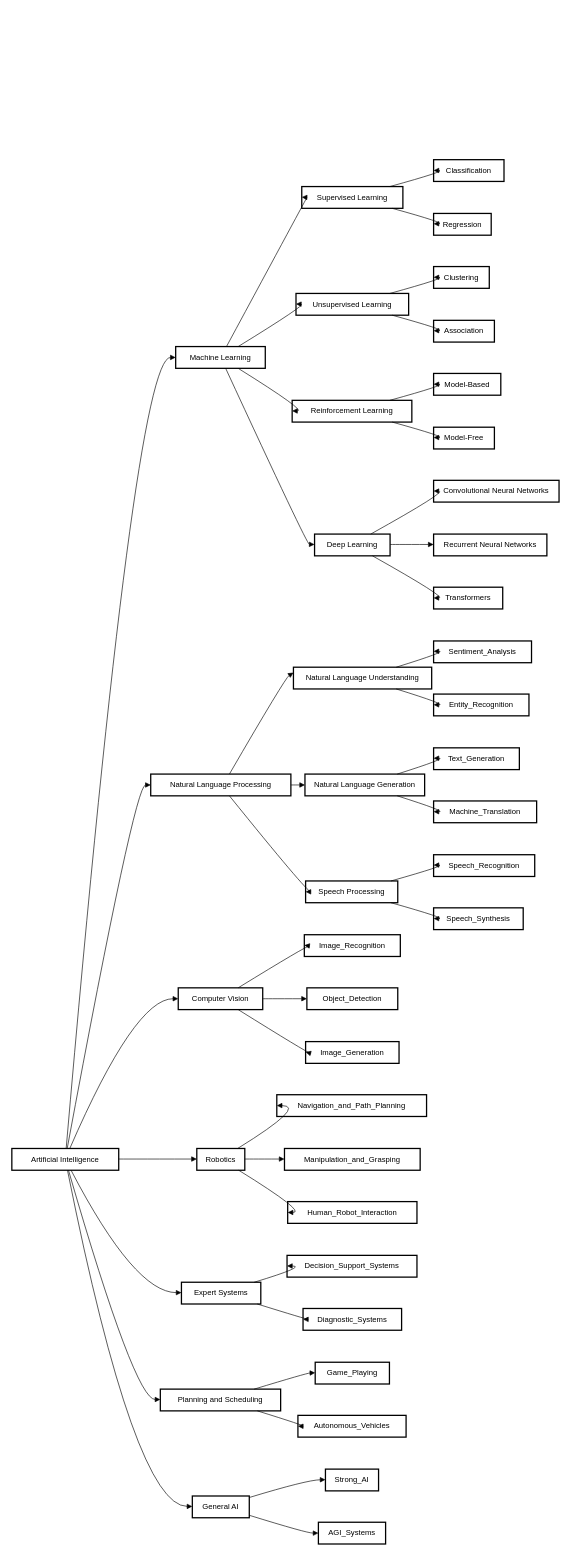
Above: Types of AI.drawio in thescottking/Draw.io-Sketches (draw.io), before the change. Source tidied: cells renumbered, new cells numbered last; positions are measured from the earlier drawing's top-left corner, leaving out a move shared by most shapes. Both pictures are drawn from the tidied source at 64%, with x=0, y=0 at pixel (12, 159).
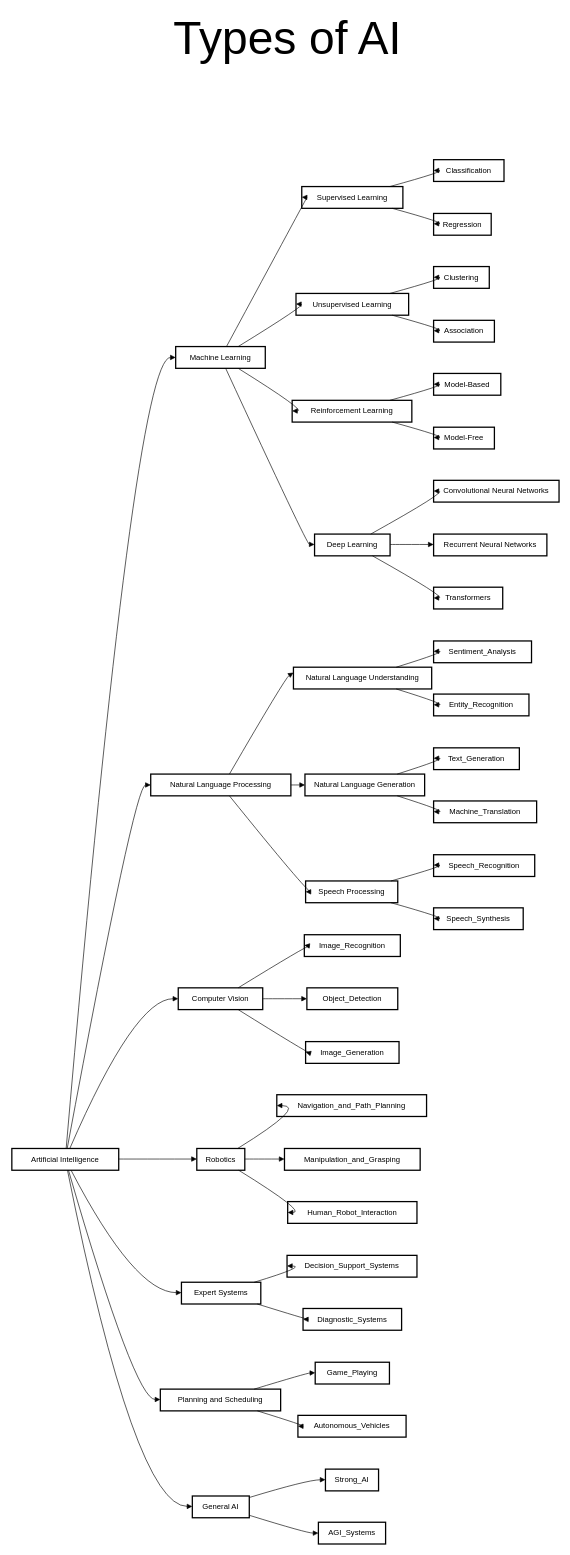
The same page after the edit.

The edit, as a diff of the source:
```diff
@@
+    <mxCell id="85" value="Types of AI" style="text;html=1;align=center;verticalAlign=middle;whiteSpace=wrap;rounded=0;fontFamily=Helvetica;fontSize=72;" parent="1" vertex="1">
+      <mxGeometry x="178" y="-204" width="506" height="30" as="geometry" />
+    </mxCell>
```
